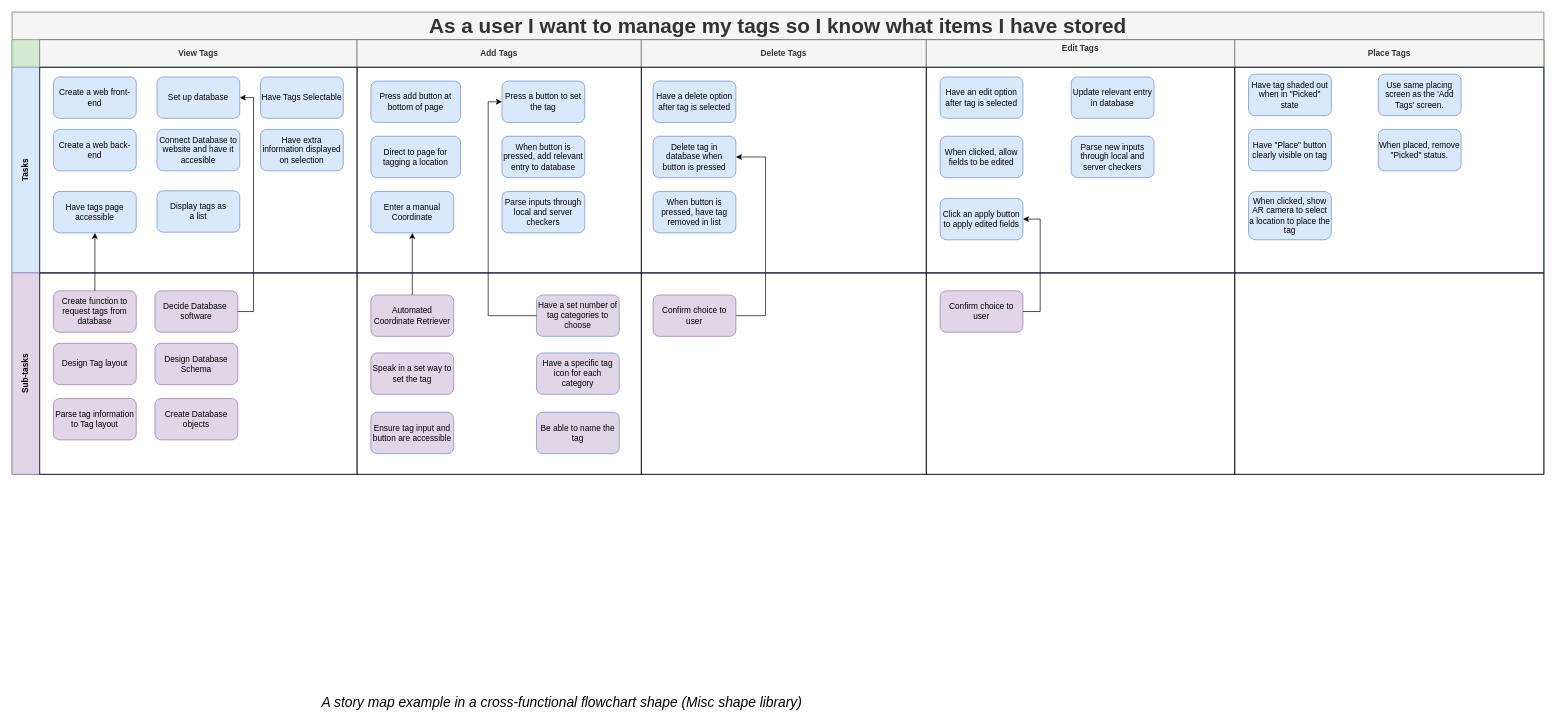
The draw.io diagram Documentation/Project Diagrams/Story Maps/Manage Tag Theme.drawio in ickeyben123/AR, before the edit. Source tidied: cells renumbered, new cells numbered last; positions are measured from the earlier drawing's top-left corner, leaving out a move shared by most shapes. Both pictures are drawn from the tidied source at 69%, with x=0, y=0 at pixel (12, 12).
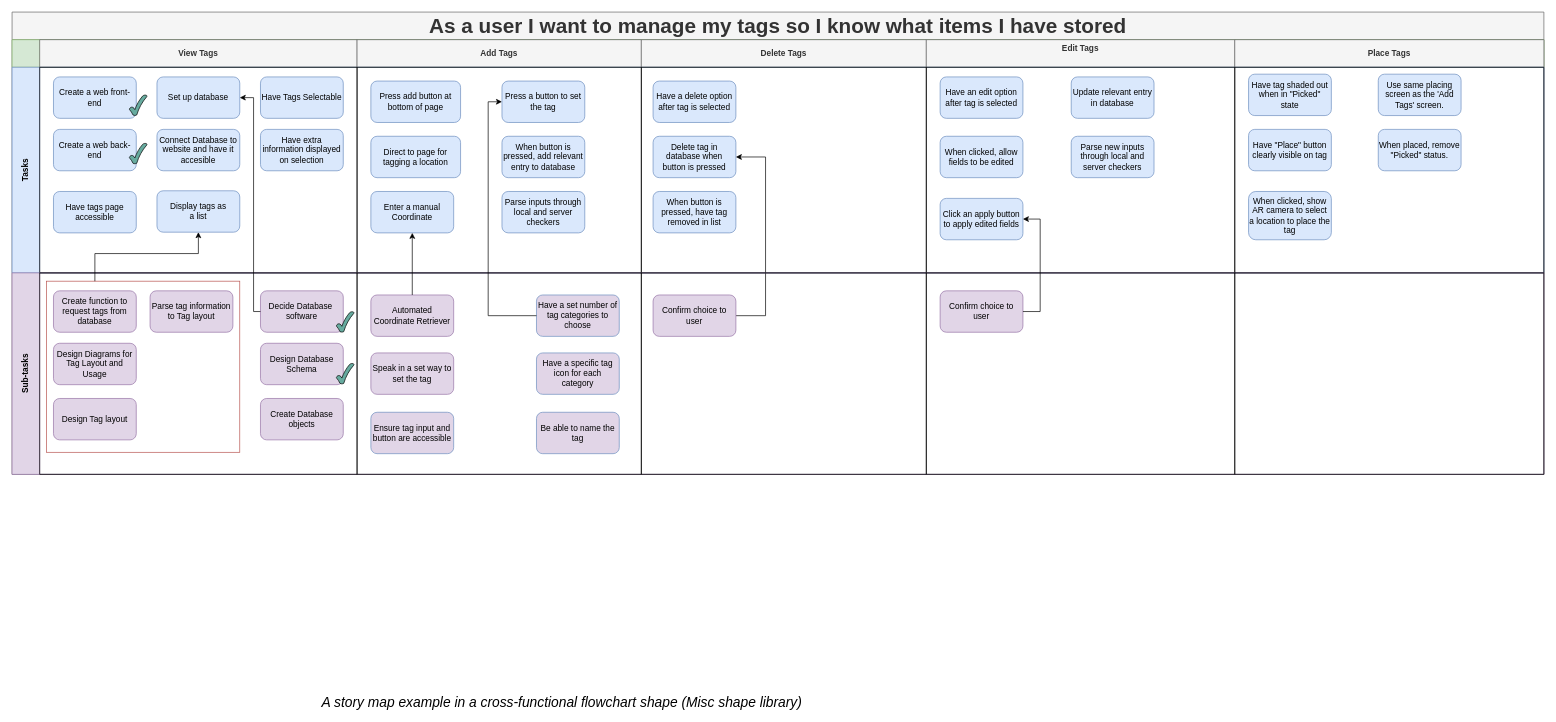
The same page after the edit.

Unchanged cells that the change refers to:
```xml
<mxCell id="2" value="As a user I want to manage my tags so I know what items I have stored" style="shape=table;childLayout=tableLayout;rowLines=0;columnLines=0;startSize=40;html=1;whiteSpace=wrap;fontStyle=1;align=center;labelBackgroundColor=none;strokeWidth=1;fontSize=30;fillColor=#f5f5f5;strokeColor=#666666;fontColor=#333333;" parent="1" vertex="1">
  <mxGeometry width="2220" height="670" as="geometry" />
</mxCell>
<mxCell id="10" style="swimlane;startSize=0;html=1;whiteSpace=wrap;" parent="9" vertex="1">
  <mxGeometry x="40" width="460" height="298" as="geometry" />
</mxCell>
<mxCell id="11" value="Have tags page accessible" style="rounded=1;whiteSpace=wrap;html=1;strokeWidth=1;fillColor=#dae8fc;strokeColor=#6c8ebf;" parent="10" vertex="1">
  <mxGeometry x="20" y="180" width="120" height="60" as="geometry" />
</mxCell>
<mxCell id="12" value="&lt;div&gt;Display tags as &lt;br&gt;&lt;/div&gt;&lt;div&gt;a list&lt;/div&gt;" style="rounded=1;whiteSpace=wrap;html=1;strokeWidth=1;fillColor=#dae8fc;strokeColor=#6c8ebf;" parent="10" vertex="1">
  <mxGeometry x="170" y="179" width="120" height="60" as="geometry" />
</mxCell>
<mxCell id="45" style="swimlane;startSize=0;html=1;whiteSpace=wrap;" parent="44" vertex="1">
  <mxGeometry x="40" width="460" height="292" as="geometry" />
</mxCell>
<mxCell id="46" value="Create function to request tags from database" style="rounded=1;whiteSpace=wrap;html=1;strokeWidth=1;fillColor=#e1d5e7;strokeColor=#9673a6;" parent="45" vertex="1">
  <mxGeometry x="20" y="26" width="120" height="60" as="geometry" />
</mxCell>
```

Change to the diagram source:
```diff
@@
+    <mxCell id="69" style="verticalLabelPosition=bottom;verticalAlign=top;html=1;shape=mxgraph.basic.tick;fillColor=#67AB9F;" parent="10" vertex="1">
+      <mxGeometry x="130" y="40" width="25.5" height="30" as="geometry" />
+    </mxCell>
+    <mxCell id="70" style="verticalLabelPosition=bottom;verticalAlign=top;html=1;shape=mxgraph.basic.tick;fillColor=#67AB9F;" parent="10" vertex="1">
+      <mxGeometry x="130" y="110" width="25.5" height="30" as="geometry" />
+    </mxCell>
@@
     <mxCell id="47" value="Parse tag information to Tag layout" style="rounded=1;whiteSpace=wrap;html=1;strokeWidth=1;fillColor=#e1d5e7;strokeColor=#9673a6;" parent="45" vertex="1">
-      <mxGeometry x="20" y="182" width="120" height="60" as="geometry" />
+      <mxGeometry x="160" y="26" width="120" height="60" as="geometry" />
     </mxCell>
     <mxCell id="48" value="Design Tag layout" style="rounded=1;whiteSpace=wrap;html=1;strokeWidth=1;fillColor=#e1d5e7;strokeColor=#9673a6;" parent="45" vertex="1">
-      <mxGeometry x="20" y="102" width="120" height="60" as="geometry" />
+      <mxGeometry x="20" y="182" width="120" height="60" as="geometry" />
     </mxCell>
     <mxCell id="49" value="Design Database Schema" style="rounded=1;whiteSpace=wrap;html=1;strokeWidth=1;fillColor=#e1d5e7;strokeColor=#9673a6;" parent="45" vertex="1">
-      <mxGeometry x="167" y="102" width="120" height="60" as="geometry" />
+      <mxGeometry x="320" y="102" width="120" height="60" as="geometry" />
     </mxCell>
     <mxCell id="50" value="Decide Database&amp;nbsp; software" style="rounded=1;whiteSpace=wrap;html=1;strokeWidth=1;fillColor=#e1d5e7;strokeColor=#9673a6;" parent="45" vertex="1">
-      <mxGeometry x="167" y="26" width="120" height="60" as="geometry" />
+      <mxGeometry x="320" y="26" width="120" height="60" as="geometry" />
     </mxCell>
     <mxCell id="51" value="Create Database objects" style="rounded=1;whiteSpace=wrap;html=1;strokeWidth=1;fillColor=#e1d5e7;strokeColor=#9673a6;" parent="45" vertex="1">
-      <mxGeometry x="167" y="182" width="120" height="60" as="geometry" />
+      <mxGeometry x="320" y="182" width="120" height="60" as="geometry" />
     </mxCell>
+    <mxCell id="71" value="Design Diagrams for Tag Layout and Usage" style="rounded=1;whiteSpace=wrap;html=1;strokeWidth=1;fillColor=#e1d5e7;strokeColor=#9673a6;" parent="45" vertex="1">
+      <mxGeometry x="20" y="102" width="120" height="60" as="geometry" />
+    </mxCell>
+    <mxCell id="72" style="rounded=0;whiteSpace=wrap;html=1;fillColor=none;strokeColor=#b85450;" parent="45" vertex="1">
+      <mxGeometry x="10" y="12" width="280" height="248" as="geometry" />
+    </mxCell>
+    <mxCell id="73" style="verticalLabelPosition=bottom;verticalAlign=top;html=1;shape=mxgraph.basic.tick;fillColor=#67AB9F;" parent="45" vertex="1">
+      <mxGeometry x="430" y="56" width="25.5" height="30" as="geometry" />
+    </mxCell>
+    <mxCell id="74" style="verticalLabelPosition=bottom;verticalAlign=top;html=1;shape=mxgraph.basic.tick;fillColor=#67AB9F;" parent="45" vertex="1">
+      <mxGeometry x="430" y="131" width="25.5" height="30" as="geometry" />
+    </mxCell>
@@
-    <mxCell id="66" style="edgeStyle=orthogonalEdgeStyle;rounded=0;jettySize=auto;html=1;entryX=0.5;entryY=1;entryDx=0;entryDy=0;" parent="2" edge="1" source="46" target="11">
-      <mxGeometry relative="1" as="geometry" />
+    <mxCell id="66" style="edgeStyle=orthogonalEdgeStyle;rounded=0;jettySize=auto;html=1;entryX=0.5;entryY=1;entryDx=0;entryDy=0;exitX=0.25;exitY=0;exitDx=0;exitDy=0;" parent="2" edge="1" source="72" target="12">
+      <mxGeometry relative="1" as="geometry">
+        <Array as="points">
+          <mxPoint x="120" y="350" />
+          <mxPoint x="270" y="350" />
+        </Array>
+      </mxGeometry>
     </mxCell>
```
